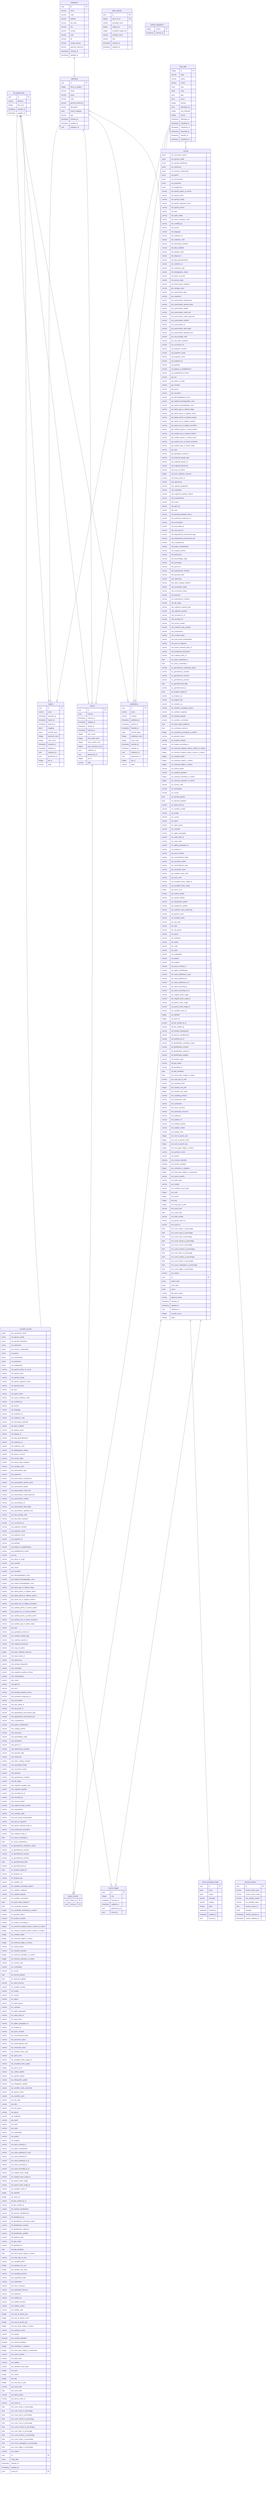
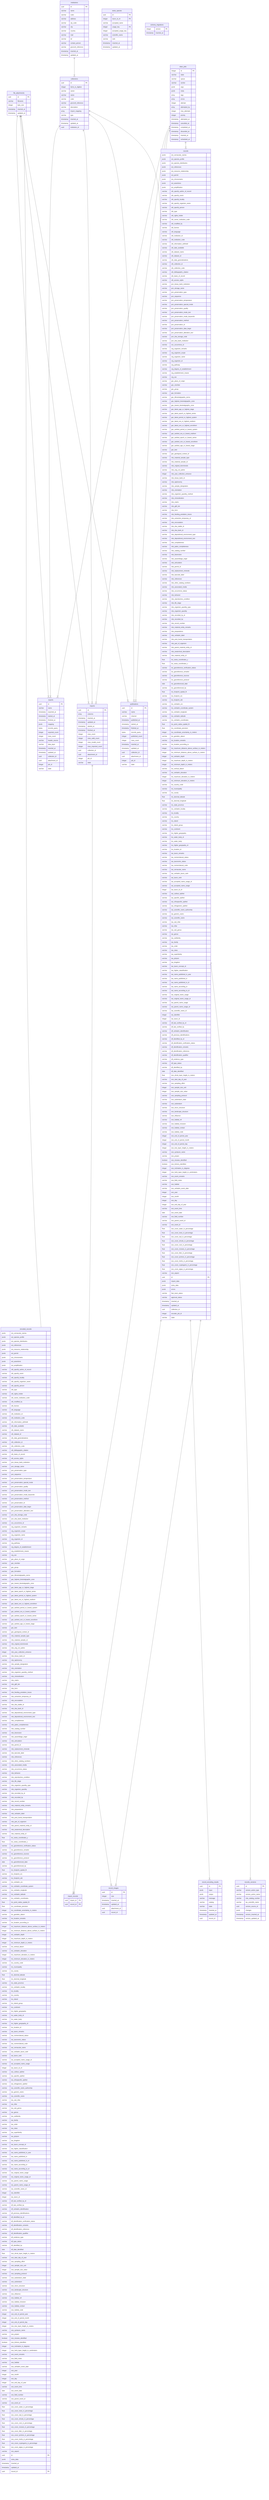
erDiagram
  file_attachments {
    uuid id PK
    varchar filename
    integer byte_size
    timestamp inserted_at
    timestamp updated_at
  }
  institutions {
    uuid id PK
    varchar name
    varchar code
    varchar address
    varchar zip_code
    varchar city
    varchar country
    varchar mail
    varchar tel
    varchar contact_person
    varchar grscicoll_reference
    timestamp inserted_at
    timestamp updated_at
  }
  collections {
    uuid id PK
    integer items_to_digitize
    varchar owner
    varchar name
    varchar code
    varchar grscicoll_reference
    varchar description
    array import_mapping
    varchar type
    timestamp inserted_at
    timestamp updated_at
    uuid institution_id
  }
  encoded_records {
    jsonb ext_vernacular_names
    jsonb ext_species_profile
    jsonb ext_species_distribution
    jsonb ext_references
    jsonb ext_resource_relationship
    jsonb ext_permit
    jsonb ext_chronometric
    jsonb ext_assertions
    jsonb ext_amplification
    varchar oth_specify_author_of_record
    varchar oth_specify_event
    varchar oth_specify_locality
    varchar oth_specify_organism_name
    varchar oth_specify_person
    varchar oth_type
    varchar oth_rights_holder
    varchar oth_owner_institution_code
    varchar oth_modified_by
    varchar oth_license
    varchar oth_language
    varchar oth_institution_id
    varchar oth_institution_code
    varchar oth_information_withheld
    varchar oth_date_available
    varchar oth_dataset_name
    varchar oth_dataset_id
    varchar oth_data_generalizations
    varchar oth_collection_id
    varchar oth_collection_code
    varchar oth_bibliographic_citation
    varchar oth_basis_of_record
    varchar oth_access_rights
    varchar pvn_tissue_bank_institution
    varchar pvn_storage_name
    varchar pvn_preservation_type
    varchar pvn_sequence
    varchar pvn_preservation_temperature
    varchar pvn_preservation_special_mode
    varchar pvn_preservation_quality
    varchar pvn_preservation_mode_text
    varchar pvn_preservation_mode_keywords
    varchar pvn_preservation_method
    varchar pvn_preservation_id
    varchar pvn_preservation_date_begin
    varchar pvn_preservation_alteration_text
    varchar pvn_dna_storage_code
    varchar pvn_dna_bank_institution
    varchar occ_occurrence_id
    varchar org_organism_remarks
    varchar org_organism_scope
    varchar org_organism_name
    varchar org_organism_id
    varchar org_pathway
    varchar org_degree_of_establishment
    varchar org_establishment_means
    varchar org_sex
    varchar gec_place_of_origin
    varchar gec_member
    varchar gec_group
    varchar gec_formation
    varchar gec_lithostratigraphic_terms
    varchar gec_highest_biostratigraphic_zone
    varchar gec_lowest_biostratigraphic_zone
    varchar gec_latest_age_or_highest_stage
    varchar gec_latest_epoch_or_highest_series
    varchar gec_latest_period_or_highest_system
    varchar gec_latest_era_or_highest_erathem
    varchar gec_latest_eon_or_highest_eonothem
    varchar gec_earliest_period_or_lowest_system
    varchar gec_earliest_era_or_lowest_erathem
    varchar gec_earliest_epoch_or_lowest_series
    varchar gec_earliest_eon_or_lowest_eonothem
    varchar gec_earliest_age_or_lowest_stage
    varchar gec_bed
    varchar gec_geological_context_id
    varchar mts_material_sample_type
    varchar mts_material_sample_id
    varchar mte_original_biominerals
    varchar mte_orig_col_author
    integer mte_year_collection_entrance
    varchar mte_tissue_bank_id
    varchar mte_taphonomy
    varchar mte_sample_designation
    varchar mte_orientation
    varchar mte_organism_quantity_method
    varchar mte_mineralization
    varchar mte_matrix
    varchar mte_gbif_doi
    varchar mte_form
    varchar mte_feeding_predation_traces
    varchar mte_extraction_temporary_id
    varchar mte_encrustation
    varchar mte_dna_stable_id
    varchar mte_dna_bank_id
    varchar mte_depositional_environment_type
    varchar mte_depositional_environment_text
    varchar mte_completeness
    varchar mte_paleo_completeness
    varchar mte_catalog_number
    varchar mte_bioerosion
    varchar mte_assemblage_origin
    varchar mte_articulation
    varchar mte_permit_id
    varchar mte_replacement_minerals
    varchar mte_barcode_label
    varchar mte_references
    varchar mte_other_catalog_numbers
    varchar mte_associated_media
    varchar mte_occurrence_status
    varchar mte_behavior
    varchar mte_reproductive_condition
    varchar mte_life_stage
    varchar mte_organism_quantity_type
    varchar mte_organism_quantity
    varchar mte_recorded_by_id
    varchar mte_recorded_by
    varchar mte_record_number
    varchar mte_material_entity_remarks
    varchar mte_preparations
    varchar mte_verbatim_label
    varchar mte_post_burial_transportation
    varchar mte_part_of_organism
    varchar mte_parent_material_entity_id
    varchar mte_anatomical_description
    varchar mte_material_entity_id
    float loc_swiss_coordinates_y
    float loc_swiss_coordinates_x
    varchar loc_georeference_verification_status
    varchar loc_georeference_remarks
    varchar loc_georeference_sources
    varchar loc_georeference_protocol
    date loc_georeferenced_date
    varchar loc_georeferenced_by
    float loc_footprint_spatial_fit
    varchar loc_footprint_srs
    varchar loc_footprint_wkt
    varchar loc_verbatim_srs
    varchar loc_verbatim_coordinate_system
    varchar loc_verbatim_longitude
    varchar loc_verbatim_latitude
    varchar loc_verbatim_coordinates
    float loc_point_radius_spatial_fit
    float loc_coordinate_precision
    integer loc_coordinate_uncertainty_in_meters
    varchar loc_geodetic_datum
    varchar loc_location_remarks
    varchar loc_location_according_to
    integer loc_maximum_distance_above_surface_in_meters
    integer loc_minimum_distance_above_surface_in_meters
    integer loc_verbatim_depth
    integer loc_maximum_depth_in_meters
    integer loc_minimum_depth_in_meters
    varchar loc_vertical_datum
    varchar loc_verbatim_elevation
    integer loc_maximum_elevation_in_meters
    integer loc_minimum_elevation_in_meters
    varchar loc_country_code
    varchar loc_municipality
    varchar loc_county
    float loc_decimal_latitude
    float loc_decimal_longitude
    varchar loc_state_province
    varchar loc_verbatim_locality
    varchar loc_locality
    varchar loc_country
    varchar loc_island
    varchar loc_island_group
    varchar loc_continent
    varchar loc_higher_geography
    varchar loc_water_body_id
    varchar loc_water_body
    varchar loc_higher_geography_id
    varchar loc_location_id
    varchar tax_taxon_remarks
    varchar tax_nomenclatural_status
    varchar tax_taxonomic_status
    varchar tax_nomenclatural_code
    varchar tax_vernacular_name
    varchar tax_verbatim_taxon_rank
    varchar tax_taxon_rank
    varchar tax_accepted_name_usage_id
    varchar tax_accepted_name_usage
    integer tax_taxon_id_ch
    varchar tax_cultivar_epithet
    varchar tax_specific_epithet
    varchar tax_infraspecific_epithet
    varchar tax_infrageneric_epithet
    varchar tax_scientific_name_authorship
    varchar tax_generic_name
    varchar tax_scientific_name
    varchar tax_sub_tribe
    varchar tax_tribe
    varchar tax_sub_genus
    varchar tax_genus
    varchar tax_subfamily
    varchar tax_family
    varchar tax_order
    varchar tax_class
    varchar tax_superfamily
    varchar tax_phylum
    varchar tax_kingdom
    varchar tax_taxon_concept_id
    varchar tax_higher_classification
    varchar tax_name_published_in_year
    varchar tax_name_published_in
    varchar tax_name_published_in_id
    varchar tax_name_according_to
    varchar tax_name_according_to_id
    varchar tax_original_name_usage
    varchar tax_original_name_usage_id
    varchar tax_parent_name_usage
    varchar tax_parent_name_usage_id
    varchar tax_scientific_name_id
    integer tax_identifier
    integer tax_taxon_id
    varchar idf_last_verified_by_id
    varchar idf_last_verified_by
    varchar idf_verbatim_identification
    varchar idf_previous_identifications
    varchar idf_identified_by_id
    varchar idf_identification_verification_status
    varchar idf_identification_remarks
    varchar idf_identification_reference
    varchar idf_identification_qualifier
    varchar idf_evidence_type
    varchar idf_type_status
    varchar idf_identified_by
    date idf_date_identified
    float eve_shrub_layer_height_in_meters
    varchar eve_start_day_of_year
    varchar eve_sampling_effort
    integer eve_sample_size_unit
    integer eve_sample_size_value
    varchar eve_sampling_protocol
    varchar eve_substratum_state
    varchar eve_substratum
    varchar eve_micro_structure
    varchar eve_landscape_structure
    varchar eve_influence
    varchar eve_habitat_ref
    varchar eve_habitat_inclusion
    varchar eve_habitat_contact
    varchar eve_habitat_code
    integer eve_end_of_period_year
    integer eve_end_of_period_month
    integer eve_end_of_period_day
    integer eve_tree_layer_height_in_meters
    varchar eve_syntaxon_name
    varchar eve_project
    boolean eve_mosses_identified
    boolean eve_lichens_identified
    integer eve_inclination_in_degrees
    integer eve_herb_layer_height_in_centimeters
    varchar eve_event_remarks
    varchar eve_field_notes
    varchar eve_habitat
    varchar eve_verbatim_event_date
    integer eve_year
    integer eve_month
    integer eve_day
    integer eve_end_day_of_year
    varchar eve_event_time
    date eve_event_date
    varchar eve_field_number
    varchar eve_parent_event_id
    varchar eve_event_id
    float eve_cover_water_in_percentage
    float eve_cover_trees_in_percentage
    float eve_cover_toal_in_percentage
    float eve_cover_shrubs_in_percentage
    float eve_cover_rock_in_percentage
    float eve_cover_mosses_in_percentage
    float eve_cover_litter_in_percentage
    float eve_cover_lychens_in_percentage
    float eve_cover_herbs_in_percentage
    float eve_cover_cryptogams_in_percentage
    float eve_cover_algae_in_percentage
    varchar eve_aspect
    uuid id PK
    jsonb extra_data
    timestamp inserted_at
    timestamp updated_at
    uuid record_id PK
  }
  record_encoding_results {
    uuid id PK
    jsonb input
    jsonb output
    varchar message
    varchar catalog
    varchar state
    timestamp inserted_at
    timestamp updated_at
    uuid record_id
  }
  exports {
    uuid id PK
    varchar name
    timestamp exported_at
    timestamp started_at
    timestamp finished_at
    jsonb mapping
    bytea records_query
    integer exported_count
    integer rows_count
+     varchar header_source
+     varchar data_layer
    timestamp inserted_at
    timestamp updated_at
    uuid collection_id
    uuid attachment_id
    integer job_id
    varchar state
  }
  imports {
    uuid id PK
    array columns
    timestamp inserted_at
    timestamp updated_at
    timestamp started_at
    timestamp finished_at
    integer rows_count
    integer rows_valid_count
    integer rows_invalid_count
    integer rows_imported_count
    uuid collection_id
    uuid attachment_id
    integer job_id
    varchar state
  }
  import_records {
    uuid import_id PK
    uuid record_id PK
  }
  publications {
    uuid id PK
    varchar name
    varchar channel
    timestamp published_at
    timestamp started_at
    timestamp finished_at
    bytea records_query
    integer published_count
    integer rows_count
    timestamp inserted_at
    timestamp updated_at
    uuid collection_id
    uuid attachment_id
    integer job_id
    varchar state
  }
  records {
    jsonb ext_vernacular_names
    jsonb ext_species_profile
    jsonb ext_species_distribution
    jsonb ext_references
    jsonb ext_resource_relationship
    jsonb ext_permit
    jsonb ext_chronometric
    jsonb ext_assertions
    jsonb ext_amplification
    varchar oth_specify_author_of_record
    varchar oth_specify_event
    varchar oth_specify_locality
    varchar oth_specify_organism_name
    varchar oth_specify_person
    varchar oth_type
    varchar oth_rights_holder
    varchar oth_owner_institution_code
    varchar oth_modified_by
    varchar oth_license
    varchar oth_language
    varchar oth_institution_id
    varchar oth_institution_code
    varchar oth_information_withheld
    varchar oth_date_available
    varchar oth_dataset_name
    varchar oth_dataset_id
    varchar oth_data_generalizations
    varchar oth_collection_id
    varchar oth_collection_code
    varchar oth_bibliographic_citation
    varchar oth_basis_of_record
    varchar oth_access_rights
    varchar pvn_tissue_bank_institution
    varchar pvn_storage_name
    varchar pvn_preservation_type
    varchar pvn_sequence
    varchar pvn_preservation_temperature
    varchar pvn_preservation_special_mode
    varchar pvn_preservation_quality
    varchar pvn_preservation_mode_text
    varchar pvn_preservation_mode_keywords
    varchar pvn_preservation_method
    varchar pvn_preservation_id
    varchar pvn_preservation_date_begin
    varchar pvn_preservation_alteration_text
    varchar pvn_dna_storage_code
    varchar pvn_dna_bank_institution
    varchar occ_occurrence_id
    varchar org_organism_remarks
    varchar org_organism_scope
    varchar org_organism_name
    varchar org_organism_id
    varchar org_pathway
    varchar org_degree_of_establishment
    varchar org_establishment_means
    varchar org_sex
    varchar gec_place_of_origin
    varchar gec_member
    varchar gec_group
    varchar gec_formation
    varchar gec_lithostratigraphic_terms
    varchar gec_highest_biostratigraphic_zone
    varchar gec_lowest_biostratigraphic_zone
    varchar gec_latest_age_or_highest_stage
    varchar gec_latest_epoch_or_highest_series
    varchar gec_latest_period_or_highest_system
    varchar gec_latest_era_or_highest_erathem
    varchar gec_latest_eon_or_highest_eonothem
    varchar gec_earliest_period_or_lowest_system
    varchar gec_earliest_era_or_lowest_erathem
    varchar gec_earliest_epoch_or_lowest_series
    varchar gec_earliest_eon_or_lowest_eonothem
    varchar gec_earliest_age_or_lowest_stage
    varchar gec_bed
    varchar gec_geological_context_id
    varchar mts_material_sample_type
    varchar mts_material_sample_id
    varchar mte_original_biominerals
    varchar mte_orig_col_author
    integer mte_year_collection_entrance
    varchar mte_tissue_bank_id
    varchar mte_taphonomy
    varchar mte_sample_designation
    varchar mte_orientation
    varchar mte_organism_quantity_method
    varchar mte_mineralization
    varchar mte_matrix
    varchar mte_gbif_doi
    varchar mte_form
    varchar mte_feeding_predation_traces
    varchar mte_extraction_temporary_id
    varchar mte_encrustation
    varchar mte_dna_stable_id
    varchar mte_dna_bank_id
    varchar mte_depositional_environment_type
    varchar mte_depositional_environment_text
    varchar mte_completeness
    varchar mte_paleo_completeness
    varchar mte_catalog_number
    varchar mte_bioerosion
    varchar mte_assemblage_origin
    varchar mte_articulation
    varchar mte_permit_id
    varchar mte_replacement_minerals
    varchar mte_barcode_label
    varchar mte_references
    varchar mte_other_catalog_numbers
    varchar mte_associated_media
    varchar mte_occurrence_status
    varchar mte_behavior
    varchar mte_reproductive_condition
    varchar mte_life_stage
    varchar mte_organism_quantity_type
    varchar mte_organism_quantity
    varchar mte_recorded_by_id
    varchar mte_recorded_by
    varchar mte_record_number
    varchar mte_material_entity_remarks
    varchar mte_preparations
    varchar mte_verbatim_label
    varchar mte_post_burial_transportation
    varchar mte_part_of_organism
    varchar mte_parent_material_entity_id
    varchar mte_anatomical_description
    varchar mte_material_entity_id
    float loc_swiss_coordinates_y
    float loc_swiss_coordinates_x
    varchar loc_georeference_verification_status
    varchar loc_georeference_remarks
    varchar loc_georeference_sources
    varchar loc_georeference_protocol
    date loc_georeferenced_date
    varchar loc_georeferenced_by
    float loc_footprint_spatial_fit
    varchar loc_footprint_srs
    varchar loc_footprint_wkt
    varchar loc_verbatim_srs
    varchar loc_verbatim_coordinate_system
    varchar loc_verbatim_longitude
    varchar loc_verbatim_latitude
    varchar loc_verbatim_coordinates
    float loc_point_radius_spatial_fit
    float loc_coordinate_precision
    integer loc_coordinate_uncertainty_in_meters
    varchar loc_geodetic_datum
    varchar loc_location_remarks
    varchar loc_location_according_to
    integer loc_maximum_distance_above_surface_in_meters
    integer loc_minimum_distance_above_surface_in_meters
    integer loc_verbatim_depth
    integer loc_maximum_depth_in_meters
    integer loc_minimum_depth_in_meters
    varchar loc_vertical_datum
    varchar loc_verbatim_elevation
    integer loc_maximum_elevation_in_meters
    integer loc_minimum_elevation_in_meters
    varchar loc_country_code
    varchar loc_municipality
    varchar loc_county
    float loc_decimal_latitude
    float loc_decimal_longitude
    varchar loc_state_province
    varchar loc_verbatim_locality
    varchar loc_locality
    varchar loc_country
    varchar loc_island
    varchar loc_island_group
    varchar loc_continent
    varchar loc_higher_geography
    varchar loc_water_body_id
    varchar loc_water_body
    varchar loc_higher_geography_id
    varchar loc_location_id
    varchar tax_taxon_remarks
    varchar tax_nomenclatural_status
    varchar tax_taxonomic_status
    varchar tax_nomenclatural_code
    varchar tax_vernacular_name
    varchar tax_verbatim_taxon_rank
    varchar tax_taxon_rank
    varchar tax_accepted_name_usage_id
    varchar tax_accepted_name_usage
    integer tax_taxon_id_ch
    varchar tax_cultivar_epithet
    varchar tax_specific_epithet
    varchar tax_infraspecific_epithet
    varchar tax_infrageneric_epithet
    varchar tax_scientific_name_authorship
    varchar tax_generic_name
    varchar tax_scientific_name
    varchar tax_sub_tribe
    varchar tax_tribe
    varchar tax_sub_genus
    varchar tax_genus
    varchar tax_subfamily
    varchar tax_family
    varchar tax_order
    varchar tax_class
    varchar tax_superfamily
    varchar tax_phylum
    varchar tax_kingdom
    varchar tax_taxon_concept_id
    varchar tax_higher_classification
    varchar tax_name_published_in_year
    varchar tax_name_published_in
    varchar tax_name_published_in_id
    varchar tax_name_according_to
    varchar tax_name_according_to_id
    varchar tax_original_name_usage
    varchar tax_original_name_usage_id
    varchar tax_parent_name_usage
    varchar tax_parent_name_usage_id
    varchar tax_scientific_name_id
    integer tax_identifier
    integer tax_taxon_id
    varchar idf_last_verified_by_id
    varchar idf_last_verified_by
    varchar idf_verbatim_identification
    varchar idf_previous_identifications
    varchar idf_identified_by_id
    varchar idf_identification_verification_status
    varchar idf_identification_remarks
    varchar idf_identification_reference
    varchar idf_identification_qualifier
    varchar idf_evidence_type
    varchar idf_type_status
    varchar idf_identified_by
    date idf_date_identified
    float eve_shrub_layer_height_in_meters
    varchar eve_start_day_of_year
    varchar eve_sampling_effort
    integer eve_sample_size_unit
    integer eve_sample_size_value
    varchar eve_sampling_protocol
    varchar eve_substratum_state
    varchar eve_substratum
    varchar eve_micro_structure
    varchar eve_landscape_structure
    varchar eve_influence
    varchar eve_habitat_ref
    varchar eve_habitat_inclusion
    varchar eve_habitat_contact
    varchar eve_habitat_code
    integer eve_end_of_period_year
    integer eve_end_of_period_month
    integer eve_end_of_period_day
    integer eve_tree_layer_height_in_meters
    varchar eve_syntaxon_name
    varchar eve_project
    boolean eve_mosses_identified
    boolean eve_lichens_identified
    integer eve_inclination_in_degrees
    integer eve_herb_layer_height_in_centimeters
    varchar eve_event_remarks
    varchar eve_field_notes
    varchar eve_habitat
    varchar eve_verbatim_event_date
    integer eve_year
    integer eve_month
    integer eve_day
    integer eve_end_day_of_year
    varchar eve_event_time
    date eve_event_date
    varchar eve_field_number
    varchar eve_parent_event_id
    varchar eve_event_id
    float eve_cover_water_in_percentage
    float eve_cover_trees_in_percentage
    float eve_cover_toal_in_percentage
    float eve_cover_shrubs_in_percentage
    float eve_cover_rock_in_percentage
    float eve_cover_mosses_in_percentage
    float eve_cover_litter_in_percentage
    float eve_cover_lychens_in_percentage
    float eve_cover_herbs_in_percentage
    float eve_cover_cryptogams_in_percentage
    float eve_cover_algae_in_percentage
    varchar eve_aspect
    uuid id PK
    jsonb import_data
    jsonb extra_data
    jsonb errors
    varchar fast_track_status
    varchar approval_status
    timestamp inserted_at
    timestamp updated_at
    uuid collection_id
    integer encoder_job_id
    varchar state
  }
  record_images {
    uuid id PK
    integer size
    timestamp inserted_at
    timestamp updated_at
    uuid attachment_id
    uuid record_id
  }
  records_versions {
    uuid id PK
    varchar version_action_type
    varchar version_action_name
    varchar mte_catalog_number
    varchar tax_scientific_name
    uuid version_source_id
    jsonb changes
    timestamp version_inserted_at
    timestamp version_updated_at
  }
  swiss_species {
    uuid id PK
    integer taxon_id_ch PK
    varchar accepted_name
    integer usage_key PK
    integer accepted_usage_key
    varchar scientific_name
    varchar rank
    timestamp inserted_at
    timestamp updated_at
  }
  schema_migrations {
    integer version PK
    timestamp inserted_at
  }
  oban_jobs {
    integer id PK
    varchar state
    varchar queue
    varchar worker
    jsonb args
    jsonb meta
    array tags
    array errors
    integer attempt
    array attempted_by
    integer max_attempts
    integer priority
    timestamp attempted_at
    timestamp cancelled_at
    timestamp completed_at
    timestamp discarded_at
    timestamp inserted_at
    timestamp scheduled_at
  }
  collections ||--|{ exports : ""
  collections ||--|{ imports : ""
  collections ||--|{ publications : ""
  collections ||--|{ records : ""
  file_attachments ||--|{ exports : ""
  file_attachments ||--|{ imports : ""
  file_attachments ||--|{ publications : ""
  file_attachments ||--|{ record_images : ""
  imports ||--|{ import_records : ""
  institutions ||--|{ collections : ""
  oban_jobs ||--|{ exports : ""
  oban_jobs ||--|{ imports : ""
  oban_jobs ||--|{ publications : ""
  oban_jobs ||--|{ records : ""
  records ||--o| encoded_records : ""
  records ||--|{ import_records : ""
  records ||--|{ record_encoding_results : ""
  records ||--|{ record_images : ""
  records ||--|{ records_versions : ""
